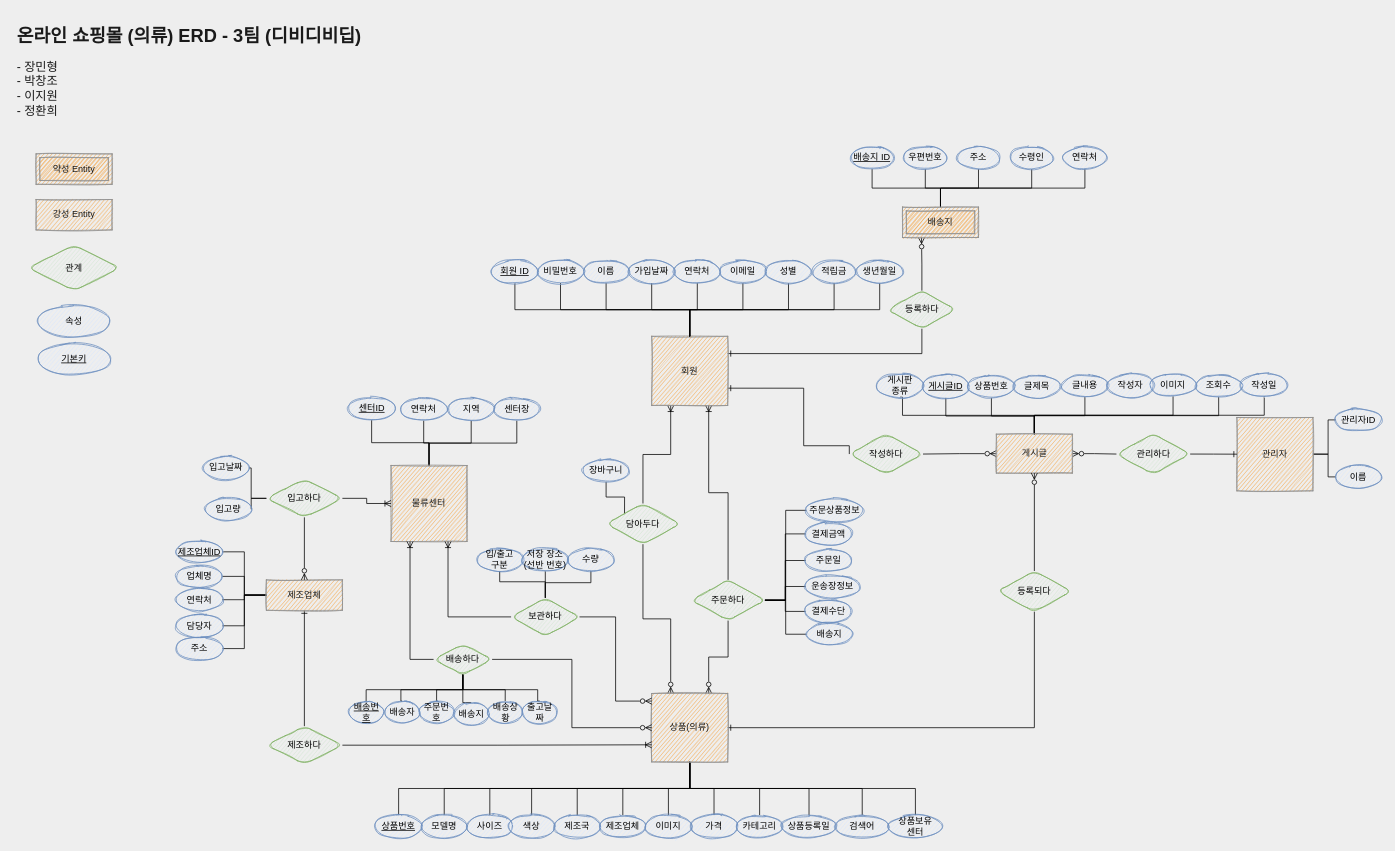
Earlier version of the draw.io diagram page "새로만든ER" (3 of 3) of Untitled Diagram.drawio (pcjo1202/DataBase-design). Source tidied: cells renumbered, new cells numbered last; positions are measured from the earlier drawing's top-left corner, leaving out a move shared by most shapes. Both pictures are drawn from the tidied source at 76%, with x=0, y=0 at pixel (13, 21).
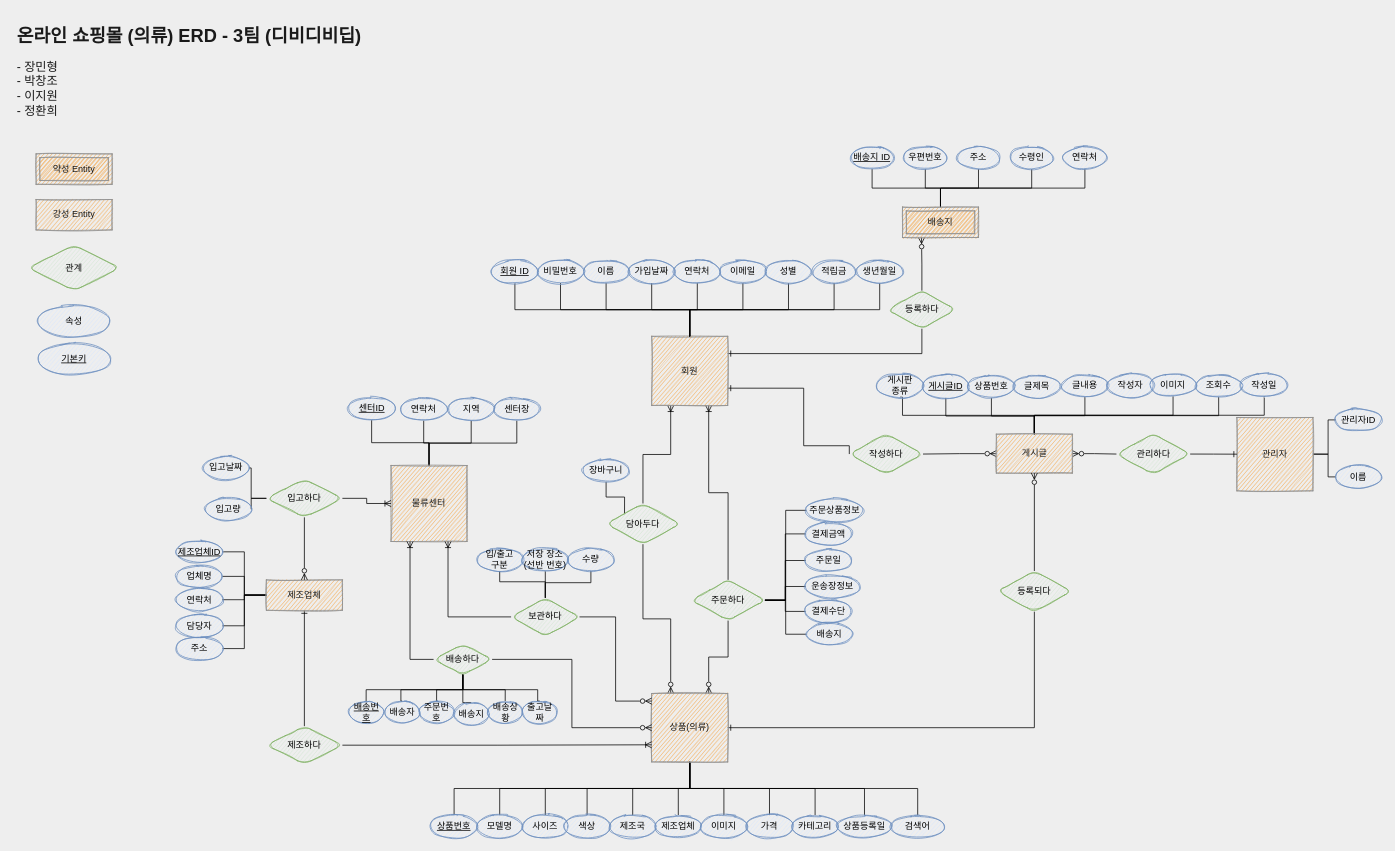
The same diagram, later.

Commit message:
상품에 보유센터 속성 삭제

The change refers to these unchanged cells:
```xml
<mxCell id="44" value="상품(의류)" style="whiteSpace=wrap;html=1;align=center;rounded=0;sketch=1;fontColor=#1A1A1A;strokeColor=#909090;fillColor=#F5AB50;direction=west;" parent="1" vertex="1">
  <mxGeometry x="840" y="885" width="100" height="90" as="geometry" />
</mxCell>
```

Diff of the diagram source:
```diff
@@
-    <mxCell id="42" style="edgeStyle=orthogonalEdgeStyle;rounded=0;jettySize=auto;html=1;exitX=0.5;exitY=0;exitDx=0;exitDy=0;entryX=0.5;entryY=0;entryDx=0;entryDy=0;endArrow=none;endFill=0;" parent="1" edge="1" source="44" target="137">
-      <mxGeometry relative="1" as="geometry" />
-    </mxCell>
@@
     <mxCell id="126" value="상품번호" style="ellipse;whiteSpace=wrap;html=1;align=center;fontStyle=4;rounded=0;sketch=1;strokeColor=#6c8ebf;fillColor=#dae8fc;" parent="1" vertex="1">
-      <mxGeometry x="477" y="1045" width="60" height="30" as="geometry" />
+      <mxGeometry x="550" y="1045" width="60" height="30" as="geometry" />
     </mxCell>
     <mxCell id="127" value="모델명" style="ellipse;whiteSpace=wrap;html=1;align=center;rounded=0;sketch=1;strokeColor=#6c8ebf;fillColor=#dae8fc;" parent="1" vertex="1">
-      <mxGeometry x="537" y="1045" width="60" height="30" as="geometry" />
+      <mxGeometry x="610" y="1045" width="60" height="30" as="geometry" />
     </mxCell>
     <mxCell id="128" value="사이즈" style="ellipse;whiteSpace=wrap;html=1;align=center;rounded=0;sketch=1;strokeColor=#6c8ebf;fillColor=#dae8fc;" parent="1" vertex="1">
-      <mxGeometry x="597" y="1045" width="60" height="30" as="geometry" />
+      <mxGeometry x="670" y="1045" width="60" height="30" as="geometry" />
     </mxCell>
     <mxCell id="129" value="색상" style="ellipse;whiteSpace=wrap;html=1;align=center;rounded=0;sketch=1;strokeColor=#6c8ebf;fillColor=#dae8fc;" parent="1" vertex="1">
-      <mxGeometry x="652" y="1045" width="60" height="30" as="geometry" />
+      <mxGeometry x="725" y="1045" width="60" height="30" as="geometry" />
     </mxCell>
     <mxCell id="130" value="제조국" style="ellipse;whiteSpace=wrap;html=1;align=center;rounded=0;sketch=1;strokeColor=#6c8ebf;fillColor=#dae8fc;" parent="1" vertex="1">
-      <mxGeometry x="712" y="1045" width="60" height="30" as="geometry" />
+      <mxGeometry x="785" y="1045" width="60" height="30" as="geometry" />
     </mxCell>
     <mxCell id="131" value="이미지" style="ellipse;whiteSpace=wrap;html=1;align=center;rounded=0;sketch=1;strokeColor=#6c8ebf;fillColor=#dae8fc;" parent="1" vertex="1">
-      <mxGeometry x="832" y="1045" width="60" height="30" as="geometry" />
+      <mxGeometry x="905" y="1045" width="60" height="30" as="geometry" />
     </mxCell>
     <mxCell id="132" value="가격" style="ellipse;whiteSpace=wrap;html=1;align=center;rounded=0;sketch=1;strokeColor=#6c8ebf;fillColor=#dae8fc;" parent="1" vertex="1">
-      <mxGeometry x="892" y="1045" width="60" height="30" as="geometry" />
+      <mxGeometry x="965" y="1045" width="60" height="30" as="geometry" />
     </mxCell>
     <mxCell id="133" value="카테고리" style="ellipse;whiteSpace=wrap;html=1;align=center;rounded=0;sketch=1;strokeColor=#6c8ebf;fillColor=#dae8fc;" parent="1" vertex="1">
-      <mxGeometry x="952" y="1045" width="60" height="30" as="geometry" />
+      <mxGeometry x="1025" y="1045" width="60" height="30" as="geometry" />
     </mxCell>
     <mxCell id="134" value="상품등록일" style="ellipse;whiteSpace=wrap;html=1;align=center;rounded=0;sketch=1;strokeColor=#6c8ebf;fillColor=#dae8fc;" parent="1" vertex="1">
-      <mxGeometry x="1012" y="1045" width="70" height="30" as="geometry" />
+      <mxGeometry x="1085" y="1045" width="70" height="30" as="geometry" />
     </mxCell>
     <mxCell id="135" value="제조업체" style="ellipse;whiteSpace=wrap;html=1;align=center;rounded=0;sketch=1;strokeColor=#6c8ebf;fillColor=#dae8fc;" parent="1" vertex="1">
-      <mxGeometry x="772" y="1045" width="60" height="30" as="geometry" />
+      <mxGeometry x="845" y="1045" width="60" height="30" as="geometry" />
     </mxCell>
     <mxCell id="136" value="검색어" style="ellipse;whiteSpace=wrap;html=1;align=center;rounded=0;sketch=1;strokeColor=#6c8ebf;fillColor=#dae8fc;" parent="1" vertex="1">
-      <mxGeometry x="1082" y="1045" width="70" height="30" as="geometry" />
+      <mxGeometry x="1155" y="1045" width="70" height="30" as="geometry" />
     </mxCell>
-    <mxCell id="137" value="상품보유&lt;br&gt;센터" style="ellipse;whiteSpace=wrap;html=1;align=center;rounded=0;sketch=1;strokeColor=#6c8ebf;fillColor=#dae8fc;" parent="1" vertex="1">
-      <mxGeometry x="1152" y="1045" width="70" height="30" as="geometry" />
-    </mxCell>
```
